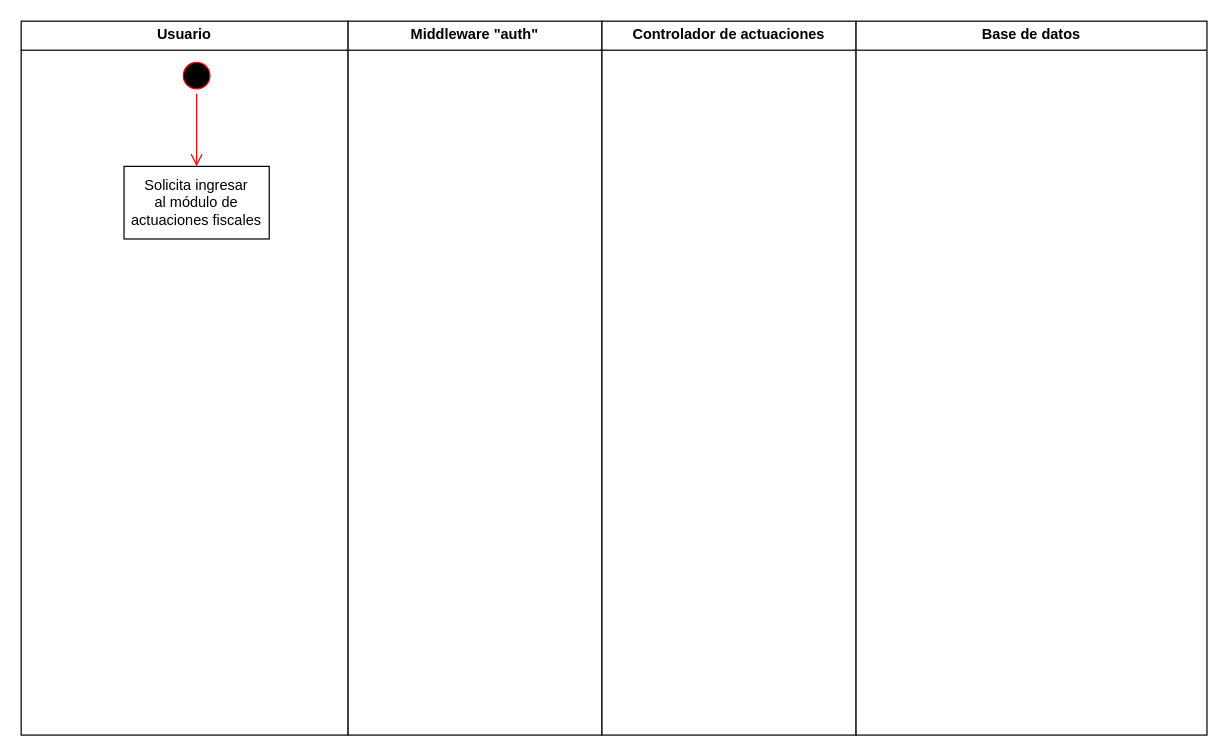
MirroringCode/diagramas-del-csm keeps this draw.io diagram as Diagramas actividad/secuencia_actuaciones.drawio. Above is the earlier version. Source tidied: cells renumbered, new cells numbered last; positions are measured from the earlier drawing's top-left corner, leaving out a move shared by most shapes. Both pictures are drawn from the tidied source at 121%, with x=0, y=0 at pixel (21, 21).
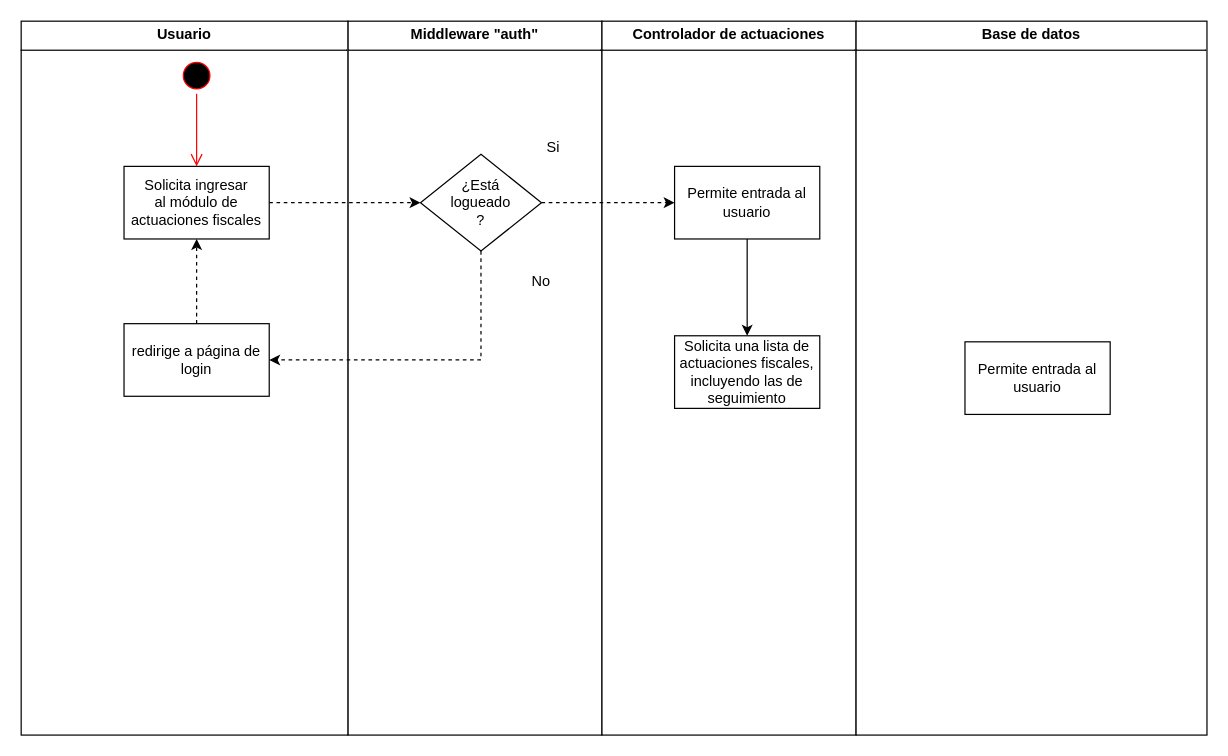
The same page after the edit.

The change refers to these unchanged cells:
```xml
<mxCell id="8" value="Solicita ingresar&lt;div&gt;al módulo de actuaciones fiscales&lt;/div&gt;" style="rounded=0;whiteSpace=wrap;html=1;" parent="1" vertex="1">
  <mxGeometry x="85" y="120" width="120" height="60" as="geometry" />
</mxCell>
```

Diff of the diagram source:
```diff
@@
+    <mxCell id="9" style="edgeStyle=orthogonalEdgeStyle;rounded=0;jettySize=auto;html=1;dashed=1;" parent="1" edge="1" source="8" target="12">
+      <mxGeometry relative="1" as="geometry" />
+    </mxCell>
@@
+    <mxCell id="10" style="edgeStyle=orthogonalEdgeStyle;rounded=0;jettySize=auto;html=1;entryX=1;entryY=0.5;entryDx=0;entryDy=0;dashed=1;" parent="1" edge="1" source="12" target="14">
+      <mxGeometry relative="1" as="geometry">
+        <Array as="points">
+          <mxPoint x="380" y="280" />
+        </Array>
+      </mxGeometry>
+    </mxCell>
+    <mxCell id="11" style="edgeStyle=orthogonalEdgeStyle;rounded=0;jettySize=auto;html=1;dashed=1;" parent="1" edge="1" source="12" target="18">
+      <mxGeometry relative="1" as="geometry" />
+    </mxCell>
+    <mxCell id="12" value="&lt;div&gt;¿Está&lt;/div&gt;&lt;div&gt;logueado&lt;br&gt;&lt;/div&gt;?" style="rhombus;whiteSpace=wrap;html=1;rounded=0;" parent="1" vertex="1">
+      <mxGeometry x="330" y="110" width="100" height="80" as="geometry" />
+    </mxCell>
+    <mxCell id="13" style="edgeStyle=orthogonalEdgeStyle;rounded=0;jettySize=auto;html=1;dashed=1;" parent="1" edge="1" source="14" target="8">
+      <mxGeometry relative="1" as="geometry" />
+    </mxCell>
+    <mxCell id="14" value="redirige a página de login" style="rounded=0;whiteSpace=wrap;html=1;" parent="1" vertex="1">
+      <mxGeometry x="85" y="250" width="120" height="60" as="geometry" />
+    </mxCell>
+    <mxCell id="15" value="No" style="text;html=1;align=center;verticalAlign=middle;whiteSpace=wrap;rounded=0;" parent="1" vertex="1">
+      <mxGeometry x="400" y="200" width="60" height="30" as="geometry" />
+    </mxCell>
+    <mxCell id="16" value="Si" style="text;html=1;align=center;verticalAlign=middle;whiteSpace=wrap;rounded=0;" parent="1" vertex="1">
+      <mxGeometry x="410" y="90" width="60" height="30" as="geometry" />
+    </mxCell>
+    <mxCell id="17" style="edgeStyle=orthogonalEdgeStyle;rounded=0;jettySize=auto;html=1;" parent="1" edge="1" source="18" target="19">
+      <mxGeometry relative="1" as="geometry" />
+    </mxCell>
+    <mxCell id="18" value="Permite entrada al usuario" style="rounded=0;whiteSpace=wrap;html=1;" parent="1" vertex="1">
+      <mxGeometry x="540" y="120" width="120" height="60" as="geometry" />
+    </mxCell>
+    <mxCell id="19" value="&lt;div&gt;Solicita una lista de&lt;/div&gt;&lt;div&gt;actuaciones fiscales, incluyendo las de seguimiento&lt;br&gt;&lt;/div&gt;" style="whiteSpace=wrap;html=1;rounded=0;" parent="1" vertex="1">
+      <mxGeometry x="540" y="260" width="120" height="60" as="geometry" />
+    </mxCell>
+    <mxCell id="20" value="Permite entrada al usuario" style="rounded=0;whiteSpace=wrap;html=1;" parent="1" vertex="1">
+      <mxGeometry x="780" y="265" width="120" height="60" as="geometry" />
+    </mxCell>
```
